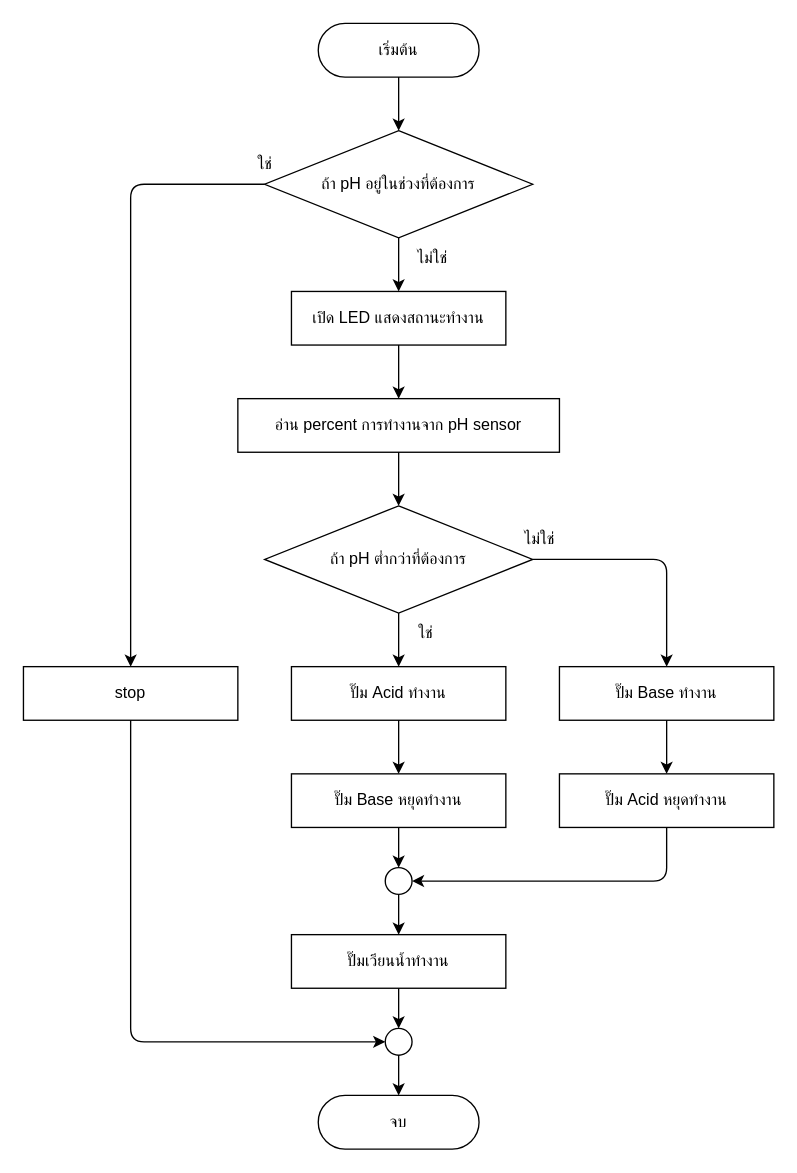
Before: page "worker" (3 of 7) of flowcharts/hardware.drawio in thestampr/pHConditioner, a draw.io diagram. Source tidied: cells renumbered, new cells numbered last; positions are measured from the earlier drawing's top-left corner, leaving out a move shared by most shapes. Both pictures are drawn from the tidied source at 134%, with x=0, y=0 at pixel (23, 23).
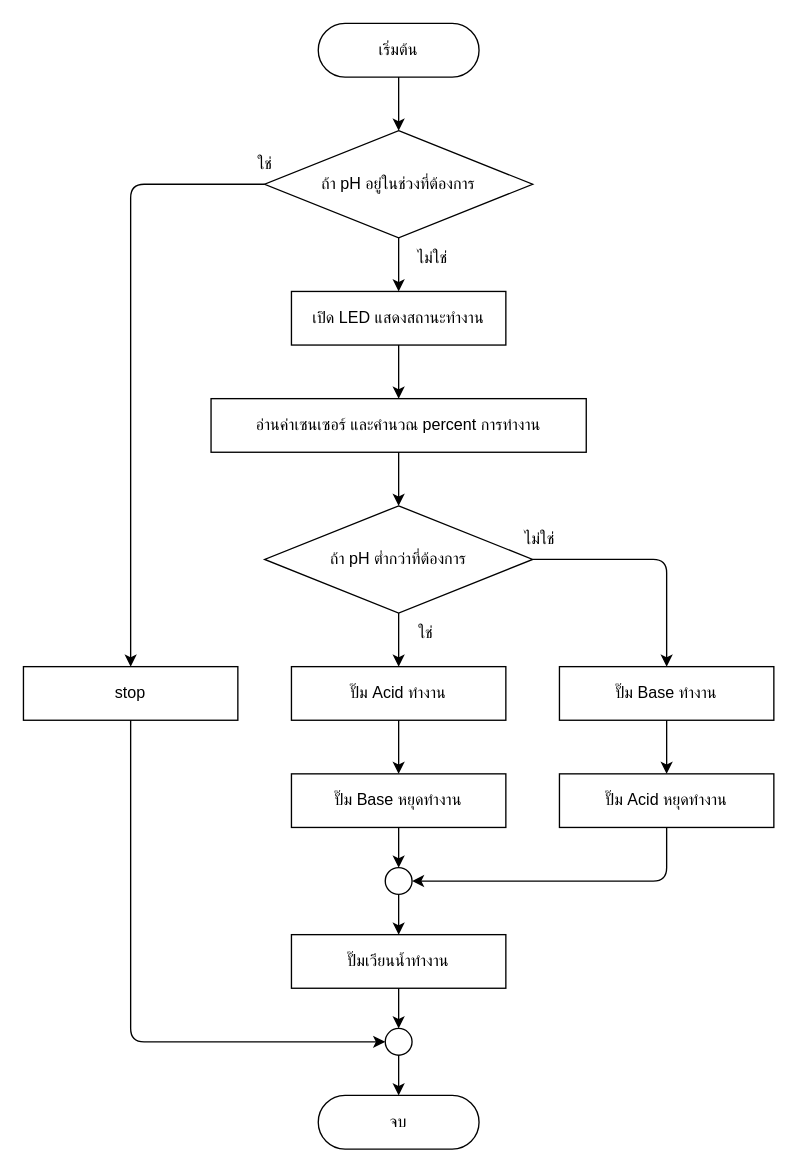
Above is the later version.

The change refers to these unchanged cells:
```xml
<mxCell id="8" value="ถ้า pH ต่ำกว่าที่ต้องการ" style="rhombus;whiteSpace=wrap;html=1;fillColor=none;strokeColor=#000000;fontColor=#000000;rounded=0;labelBackgroundColor=none;comic=0;" parent="1" vertex="1">
  <mxGeometry x="180" y="360" width="200" height="80" as="geometry" />
</mxCell>
<mxCell id="32" value="เปิด LED แสดงสถานะทำงาน" style="whiteSpace=wrap;html=1;fillColor=none;strokeColor=#000000;fontColor=#000000;rounded=0;labelBackgroundColor=none;comic=0;" parent="1" vertex="1">
  <mxGeometry x="200" y="200" width="160" height="40" as="geometry" />
</mxCell>
```

The edit, as a diff of the source:
```diff
@@
-    <mxCell id="9" style="edgeStyle=none;html=1;strokeColor=#000000;fontColor=#000000;endArrow=classic;endFill=1;" parent="1" edge="1" source="10" target="8">
+    <mxCell id="9" style="edgeStyle=none;html=1;strokeColor=#000000;fontColor=#000000;endArrow=classic;endFill=1;exitX=0.5;exitY=1;exitDx=0;exitDy=0;" parent="1" edge="1" source="35" target="8">
       <mxGeometry relative="1" as="geometry" />
     </mxCell>
-    <mxCell id="10" value="อ่าน percent การทำงานจาก pH sensor" style="whiteSpace=wrap;html=1;fillColor=none;strokeColor=#000000;fontColor=#000000;rounded=0;labelBackgroundColor=none;comic=0;" parent="1" vertex="1">
-      <mxGeometry x="160" y="280" width="240" height="40" as="geometry" />
-    </mxCell>
@@
-    <mxCell id="31" style="edgeStyle=none;html=1;strokeColor=#000000;fontColor=#000000;endArrow=classic;endFill=1;" parent="1" edge="1" source="32" target="10">
+    <mxCell id="31" style="edgeStyle=none;html=1;strokeColor=#000000;fontColor=#000000;endArrow=classic;endFill=1;entryX=0.5;entryY=0;entryDx=0;entryDy=0;" parent="1" edge="1" source="32" target="35">
       <mxGeometry relative="1" as="geometry" />
     </mxCell>
@@
+    <mxCell id="35" value="อ่านค่าเซนเซอร์ และคำนวณ percent การทำงาน" style="whiteSpace=wrap;html=1;fillColor=none;strokeColor=#000000;fontColor=#000000;rounded=0;labelBackgroundColor=none;comic=0;" parent="1" vertex="1">
+      <mxGeometry x="140" y="280" width="280" height="40" as="geometry" />
+    </mxCell>
```
